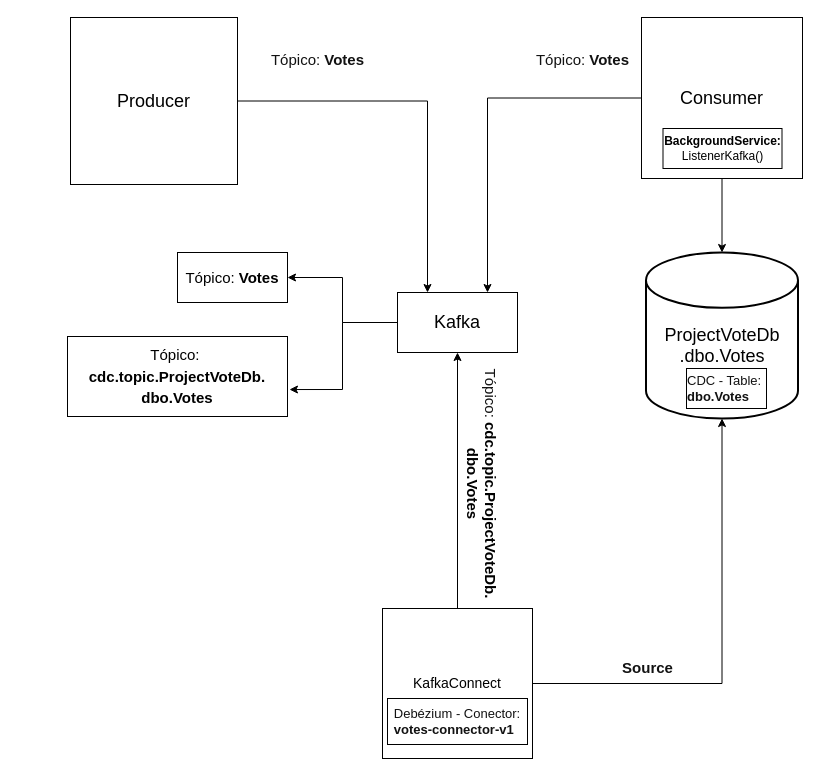
Above: img/fluxo.drawio in AlexandreBetassa/Project.KafkaConnect (draw.io), before the change. Source tidied: cells renumbered, new cells numbered last; positions are measured from the earlier drawing's top-left corner, leaving out a move shared by most shapes. Both pictures are drawn from the tidied source at 100%, with x=0, y=0 at pixel (67, 17).
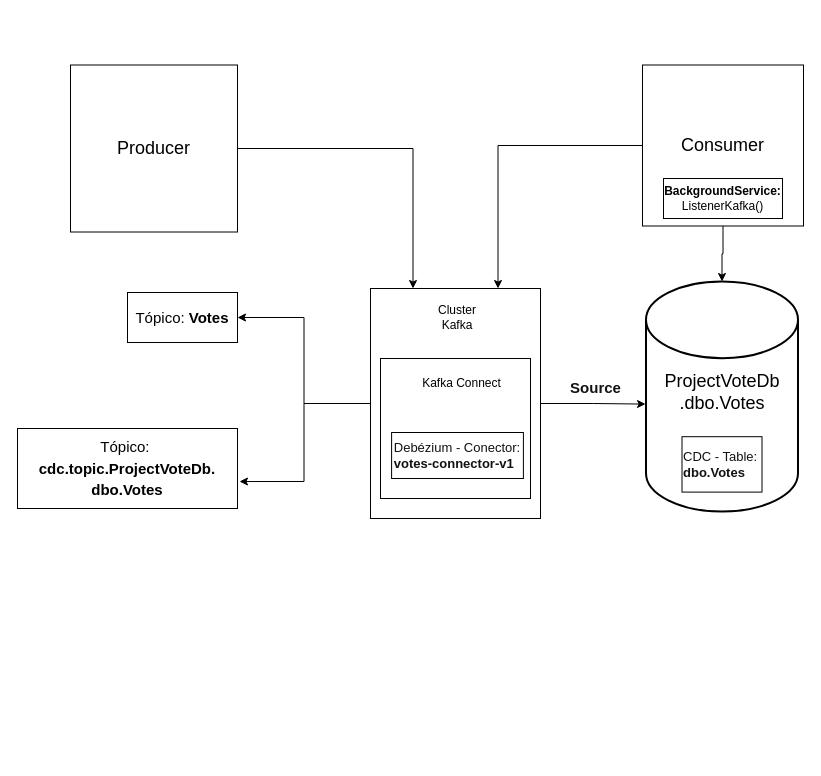
Above is the later version.

Diff of the diagram source:
```diff
@@
     <mxCell id="3" value="&lt;font style=&quot;font-size: 18px;&quot;&gt;Producer&lt;/font&gt;" style="whiteSpace=wrap;html=1;" parent="1" vertex="1">
-      <mxGeometry x="3" width="167" height="167" as="geometry" />
+      <mxGeometry x="3" y="47.5" width="167" height="167" as="geometry" />
     </mxCell>
@@
     <mxCell id="5" style="edgeStyle=orthogonalEdgeStyle;rounded=0;jettySize=auto;html=1;entryX=0.75;entryY=0;entryDx=0;entryDy=0;fontSize=15;" parent="1" edge="1" source="6" target="12">
-      <mxGeometry relative="1" as="geometry" />
+      <mxGeometry relative="1" as="geometry">
+        <Array as="points">
+          <mxPoint x="431" y="128" />
+        </Array>
+      </mxGeometry>
     </mxCell>
     <mxCell id="6" value="&lt;font style=&quot;font-size: 18px;&quot;&gt;Consumer&lt;/font&gt;" style="whiteSpace=wrap;html=1;" parent="1" vertex="1">
-      <mxGeometry x="574" width="161" height="161" as="geometry" />
+      <mxGeometry x="575" y="47.5" width="161" height="161" as="geometry" />
     </mxCell>
-    <mxCell id="7" value="&lt;br&gt;ProjectVoteDb&lt;br&gt;.dbo.Votes" style="strokeWidth=2;html=1;shape=mxgraph.flowchart.database;whiteSpace=wrap;fontSize=18;" parent="1" vertex="1">
-      <mxGeometry x="578.5" y="235" width="152" height="166" as="geometry" />
-    </mxCell>
-    <mxCell id="8" style="edgeStyle=orthogonalEdgeStyle;rounded=0;jettySize=auto;html=1;fontSize=18;exitX=1;exitY=0.5;exitDx=0;exitDy=0;" parent="1" edge="1" source="20" target="7">
-      <mxGeometry relative="1" as="geometry" />
-    </mxCell>
-    <mxCell id="9" style="edgeStyle=orthogonalEdgeStyle;rounded=0;jettySize=auto;html=1;entryX=0.5;entryY=1;entryDx=0;entryDy=0;fontSize=15;fontColor=#121212;exitX=0.5;exitY=0;exitDx=0;exitDy=0;" parent="1" edge="1" source="20" target="12">
-      <mxGeometry relative="1" as="geometry" />
-    </mxCell>
@@
+    <mxCell id="23" style="edgeStyle=orthogonalEdgeStyle;rounded=0;jettySize=auto;html=1;entryX=-0.003;entryY=0.533;entryDx=0;entryDy=0;entryPerimeter=0;" parent="1" edge="1" source="12" target="7">
+      <mxGeometry relative="1" as="geometry" />
+    </mxCell>
-    <mxCell id="12" value="Kafka" style="rounded=0;whiteSpace=wrap;html=1;fontSize=18;" parent="1" vertex="1">
-      <mxGeometry x="330" y="275" width="120" height="60" as="geometry" />
+    <mxCell id="12" style="rounded=0;whiteSpace=wrap;html=1;fontSize=18;" parent="1" vertex="1">
+      <mxGeometry x="303" y="271" width="170" height="230" as="geometry" />
     </mxCell>
     <mxCell id="13" value="&lt;font style=&quot;font-size: 15px;&quot;&gt;Tópico: &lt;b&gt;Votes&lt;/b&gt;&lt;/font&gt;" style="rounded=0;whiteSpace=wrap;html=1;fontSize=18;" parent="1" vertex="1">
-      <mxGeometry x="110" y="235" width="110" height="50" as="geometry" />
+      <mxGeometry x="60" y="275" width="110" height="50" as="geometry" />
     </mxCell>
     <mxCell id="14" value="&lt;font style=&quot;font-size: 15px;&quot;&gt;Tópico:&amp;nbsp;&lt;br&gt;&lt;/font&gt;&lt;span style=&quot;font-size: 15px;&quot;&gt;&lt;b&gt;cdc.topic.ProjectVoteDb.&lt;br&gt;dbo.Votes&lt;/b&gt;&lt;/span&gt;" style="rounded=0;whiteSpace=wrap;html=1;fontSize=18;" parent="1" vertex="1">
-      <mxGeometry y="319" width="220" height="80" as="geometry" />
+      <mxGeometry x="-50" y="411" width="220" height="80" as="geometry" />
     </mxCell>
-    <mxCell id="15" value="Tópico: &lt;b&gt;Votes&lt;/b&gt;" style="text;html=1;align=center;verticalAlign=middle;strokeColor=none;fillColor=none;fontSize=15;fontColor=#121212;" parent="1" vertex="1">
-      <mxGeometry x="190" y="27" width="120" height="30" as="geometry" />
-    </mxCell>
-    <mxCell id="16" value="Tópico: &lt;b&gt;Votes&lt;/b&gt;" style="text;html=1;align=center;verticalAlign=middle;strokeColor=none;fillColor=none;fontSize=15;fontColor=#121212;" parent="1" vertex="1">
-      <mxGeometry x="455" y="27" width="120" height="30" as="geometry" />
-    </mxCell>
     <mxCell id="17" value="&lt;b&gt;Source&lt;/b&gt;" style="text;html=1;align=center;verticalAlign=middle;strokeColor=none;fillColor=none;fontSize=15;fontColor=#121212;" parent="1" vertex="1">
-      <mxGeometry x="545" y="635" width="70" height="30" as="geometry" />
+      <mxGeometry x="493" y="355" width="70" height="30" as="geometry" />
     </mxCell>
-    <mxCell id="18" value="Tópico:&amp;nbsp;&lt;b style=&quot;color: rgb(0, 0, 0);&quot;&gt;cdc.topic.ProjectVoteDb.&lt;br&gt;dbo.Votes&lt;/b&gt;" style="text;html=1;align=center;verticalAlign=middle;strokeColor=none;fillColor=none;fontSize=15;fontColor=#121212;rotation=90;" parent="1" vertex="1">
-      <mxGeometry x="290" y="441" width="250" height="50" as="geometry" />
-    </mxCell>
     <mxCell id="19" value="&lt;b&gt;BackgroundService:&lt;/b&gt;&lt;br&gt;ListenerKafka()" style="whiteSpace=wrap;html=1;" parent="1" vertex="1">
-      <mxGeometry x="595.5" y="111" width="119" height="40" as="geometry" />
+      <mxGeometry x="596" y="161" width="119" height="40" as="geometry" />
     </mxCell>
-    <mxCell id="20" value="&lt;font style=&quot;font-size: 14px;&quot;&gt;KafkaConnect&lt;/font&gt;" style="whiteSpace=wrap;html=1;" parent="1" vertex="1">
-      <mxGeometry x="315" y="591" width="150" height="150" as="geometry" />
-    </mxCell>
+    <mxCell id="24" value="Cluster Kafka" style="text;html=1;strokeColor=none;fillColor=none;align=center;verticalAlign=middle;whiteSpace=wrap;rounded=0;" parent="1" vertex="1">
+      <mxGeometry x="360" y="285" width="60" height="30" as="geometry" />
+    </mxCell>
+    <mxCell id="25" value="&lt;p style=&quot;line-height: 100%;&quot;&gt;&lt;br&gt;&lt;/p&gt;" style="rounded=0;whiteSpace=wrap;html=1;" parent="1" vertex="1">
+      <mxGeometry x="313" y="341" width="150" height="140" as="geometry" />
+    </mxCell>
     <mxCell id="21" value="&lt;div style=&quot;text-align: start;&quot;&gt;&lt;font color=&quot;#121212&quot;&gt;Debézium - Conector:&lt;/font&gt;&lt;/div&gt;&lt;div style=&quot;text-align: start;&quot;&gt;&lt;font color=&quot;#121212&quot;&gt;&lt;span style=&quot;background-color: initial;&quot;&gt;&lt;b&gt;votes-connector-v1&lt;/b&gt;&lt;/span&gt;&lt;/font&gt;&lt;/div&gt;" style="rounded=0;whiteSpace=wrap;html=1;fontSize=13;" parent="1" vertex="1">
-      <mxGeometry x="320" y="681" width="140" height="46" as="geometry" />
+      <mxGeometry x="324.1" y="415" width="131.8" height="46" as="geometry" />
     </mxCell>
+    <mxCell id="26" value="Kafka Connect" style="text;html=1;strokeColor=none;fillColor=none;align=center;verticalAlign=middle;whiteSpace=wrap;rounded=0;" parent="1" vertex="1">
+      <mxGeometry x="338.2" y="351" width="112.9" height="30" as="geometry" />
+    </mxCell>
+    <mxCell id="27" style="group;" parent="1" vertex="1">
+      <mxGeometry x="578.5" y="264" width="152" height="230" as="geometry" />
+    </mxCell>
+    <mxCell id="7" style="strokeWidth=2;html=1;shape=mxgraph.flowchart.database;whiteSpace=wrap;fontSize=18;" parent="27" vertex="1">
+      <mxGeometry width="152" height="230" as="geometry" />
+    </mxCell>
-    <mxCell id="22" value="&lt;div style=&quot;text-align: start;&quot;&gt;&lt;font color=&quot;#121212&quot;&gt;CDC - Table: &lt;b&gt;dbo.Votes&lt;/b&gt;&lt;/font&gt;&lt;/div&gt;" style="rounded=0;whiteSpace=wrap;html=1;fontSize=13;" parent="1" vertex="1">
-      <mxGeometry x="619" y="351" width="80" height="40" as="geometry" />
+    <mxCell id="22" value="&lt;div style=&quot;text-align: start;&quot;&gt;&lt;font color=&quot;#121212&quot;&gt;CDC - Table: &lt;b&gt;dbo.Votes&lt;/b&gt;&lt;/font&gt;&lt;/div&gt;" style="rounded=0;whiteSpace=wrap;html=1;fontSize=13;" parent="27" vertex="1">
+      <mxGeometry x="36" y="155.2" width="80" height="55.4" as="geometry" />
     </mxCell>
+    <mxCell id="28" value="&lt;br style=&quot;font-size: 18px;&quot;&gt;&lt;span style=&quot;font-size: 18px;&quot;&gt;ProjectVoteDb&lt;/span&gt;&lt;br style=&quot;font-size: 18px;&quot;&gt;&lt;span style=&quot;font-size: 18px;&quot;&gt;.dbo.Votes&lt;/span&gt;" style="text;html=1;strokeColor=none;fillColor=none;align=center;verticalAlign=middle;whiteSpace=wrap;rounded=0;" parent="27" vertex="1">
+      <mxGeometry x="46" y="83.1" width="60" height="41.6" as="geometry" />
+    </mxCell>
```
